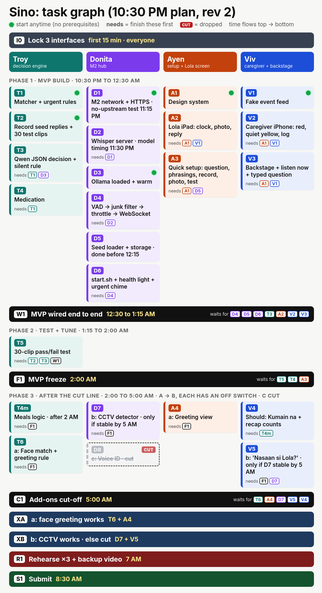
Earlier version of the Mermaid export docs/sino/task-graph.png (Troy-LL/appsolutely). Its source is kept beside it as docs/sino/task-graph.mmd. Source of this version:
```mermaid
flowchart TD
  I0[I0 Lock 3 interfaces · 15 min · all]

  subgraph Troy["Troy · decision engine"]
    T1[T1 Matcher + urgent rules]
    T2[T2 Record seed replies + 30 test clips]
    T3[T3 Qwen JSON decision + silent rule]
    T4[T4 Medication]
    T4m[Meals logic · after 2 AM]
    T5[T5 30-clip pass/fail test]
    T6[T6 a: Face match + greeting rule]
  end
  subgraph Donita["Donita · M2 hub"]
    D1[D1 M2 network + HTTPS · no-upstream test 11:15 PM]
    D2[D2 Whisper server · model timing 11:30 PM]
    D3[D3 Ollama loaded + warm]
    D4[D4 VAD → junk filter → throttle → WebSocket]
    D5[D5 Seed loader + storage · done before 12:15]
    D6[D6 start.sh + health light + urgent chime]
    D7[D7 b: CCTV detector · only if stable by 5 AM]
    D8[D8 c: Voice ID · cut]
  end
  subgraph Ayen["Ayen · setup + Lola screen"]
    A1[A1 Design system]
    A2[A2 Lola iPad: clock, photo, reply]
    A3[A3 Quick setup: question, phrasings, record, photo, test]
    A4[A4 a: Greeting view]
  end
  subgraph Viv["Viviene · caregiver + backstage"]
    V1[V1 Fake event feed]
    V2[V2 Caregiver iPhone: red, quiet yellow, log]
    V3[V3 Backstage + listen now + typed question]
    V4[V4 Should: Kumain na + recap counts]
    V5[V5 b: 'Nasaan si Lola?' · only if D7 stable by 5 AM]
  end

  I0 --> T1 & D4 & D5 & V1
  T1 --> T3 --> T5
  T1 --> T4
  T2 --> T5
  D3 --> T3
  D1 --> D2 --> D4 --> D6
  A1 --> A2 & A3 & V2 & V3
  V1 --> A2 & V2 & V3
  D5 --> A3
  D4 & D5 & D6 & T3 & A2 & V2 & V3 --> W[W1 MVP wired · 12:30–1:15 AM]
  W --> T5 --> F[F1 MVP freeze · 2 AM]
  T4 & A3 --> F
  F --> T4m --> V4
  F --> T6 & A4
  T6 & A4 --> XA[a: face greeting works]
  XA -.-> D7
  F --> D7 & V5
  D7 & V5 --> XB[b: CCTV works · else cut]
  XA & XB & V4 --> C[C1 Add-ons cut-off · 5 AM]
  C --> R[R1 Rehearse ×3 + backup video · 7 AM]
  R --> S[S1 Submit · 8:30 AM]
```
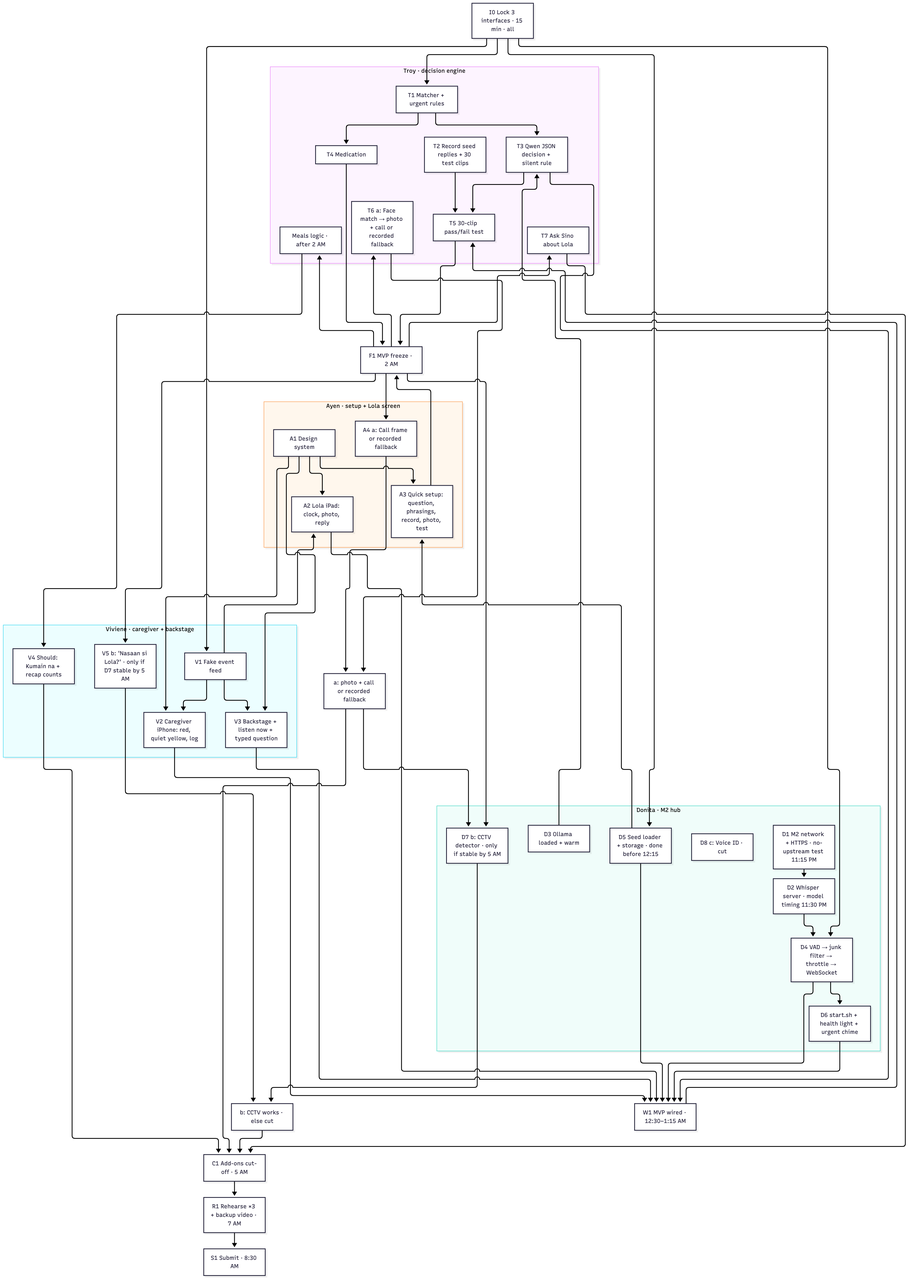
The same file after the commit.

Commit message:
Point the docs at the family's time and patience, and stop promising a call or a find the house cannot make.

What changed in the source:
```diff
@@ -8,7 +8,8 @@
     T4[T4 Medication]
     T4m[Meals logic · after 2 AM]
     T5[T5 30-clip pass/fail test]
-    T6[T6 a: Face match + greeting rule]
+    T7[T7 Ask Sino about Lola]
+    T6[T6 a: Face match → photo + call or recorded fallback]
   end
   subgraph Donita["Donita · M2 hub"]
     D1[D1 M2 network + HTTPS · no-upstream test 11:15 PM]
@@ -24,7 +25,7 @@
     A1[A1 Design system]
     A2[A2 Lola iPad: clock, photo, reply]
     A3[A3 Quick setup: question, phrasings, record, photo, test]
-    A4[A4 a: Greeting view]
+    A4[A4 a: Call frame or recorded fallback]
   end
   subgraph Viv["Viviene · caregiver + backstage"]
     V1[V1 Fake event feed]
@@ -48,10 +49,11 @@
   T4 & A3 --> F
   F --> T4m --> V4
   F --> T6 & A4
-  T6 & A4 --> XA[a: face greeting works]
+  T6 & A4 --> XA[a: photo + call or recorded fallback]
   XA -.-> D7
   F --> D7 & V5
   D7 & V5 --> XB[b: CCTV works · else cut]
   XA & XB & V4 --> C[C1 Add-ons cut-off · 5 AM]
+  F --> T7 --> C
   C --> R[R1 Rehearse ×3 + backup video · 7 AM]
   R --> S[S1 Submit · 8:30 AM]
```
